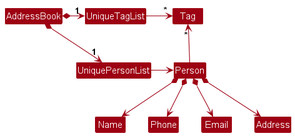
Earlier version of the PlantUML export docs/images/BetterModelClassDiagram.png (nus-cs2103-AY2324S2/tp).
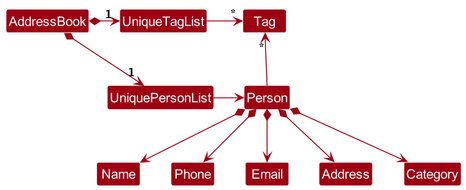
Later version of the same file.

Commit message:
Update UML Diagram in DeveloperGuide.md

Change to the diagram source:
```diff
@@ -18,4 +18,5 @@
 Person *--> Phone
 Person *--> Email
 Person *--> Address
+Person *--> Category
 @enduml
```
